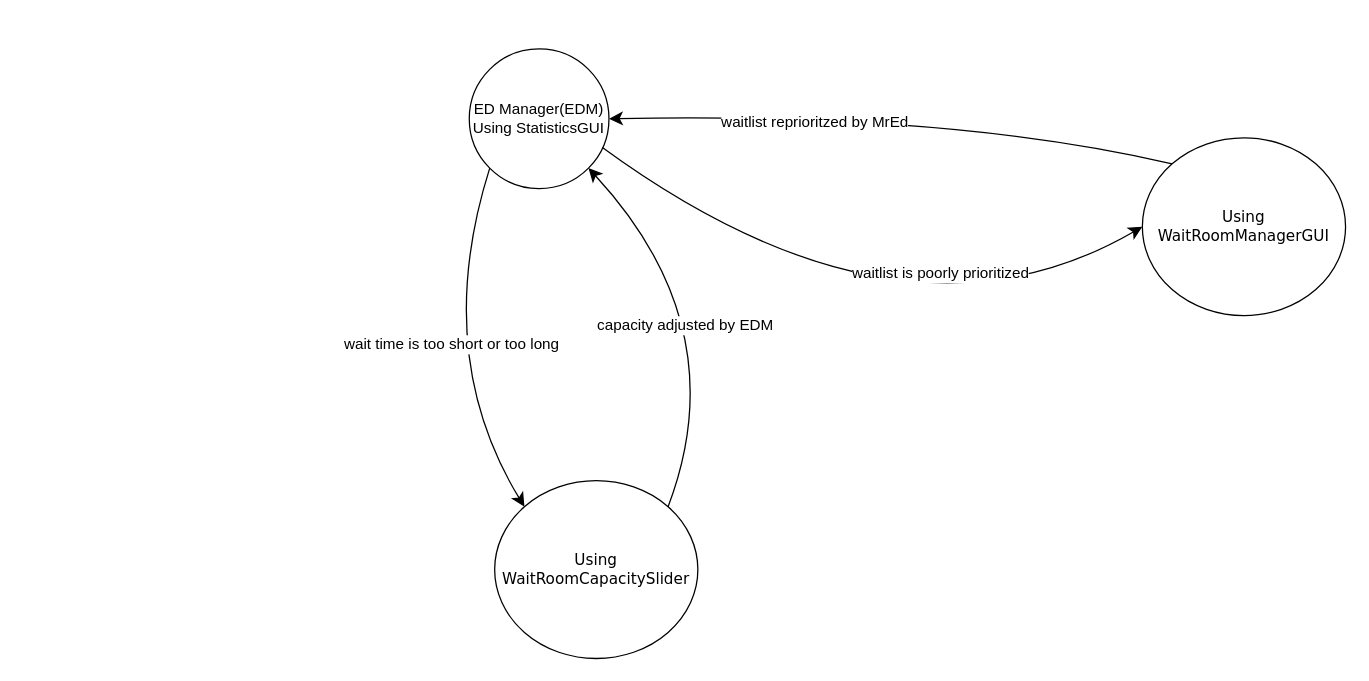
The draw.io diagram EliorWork/drawios/ED_Manager_SMD.drawio in SENG-350-2024-fall/Team9, before the edit. Source tidied: cells renumbered, new cells numbered last; positions are measured from the earlier drawing's top-left corner, leaving out a move shared by most shapes. Both pictures are drawn from the tidied source at 127%, with x=0, y=0 at pixel (431, 48).
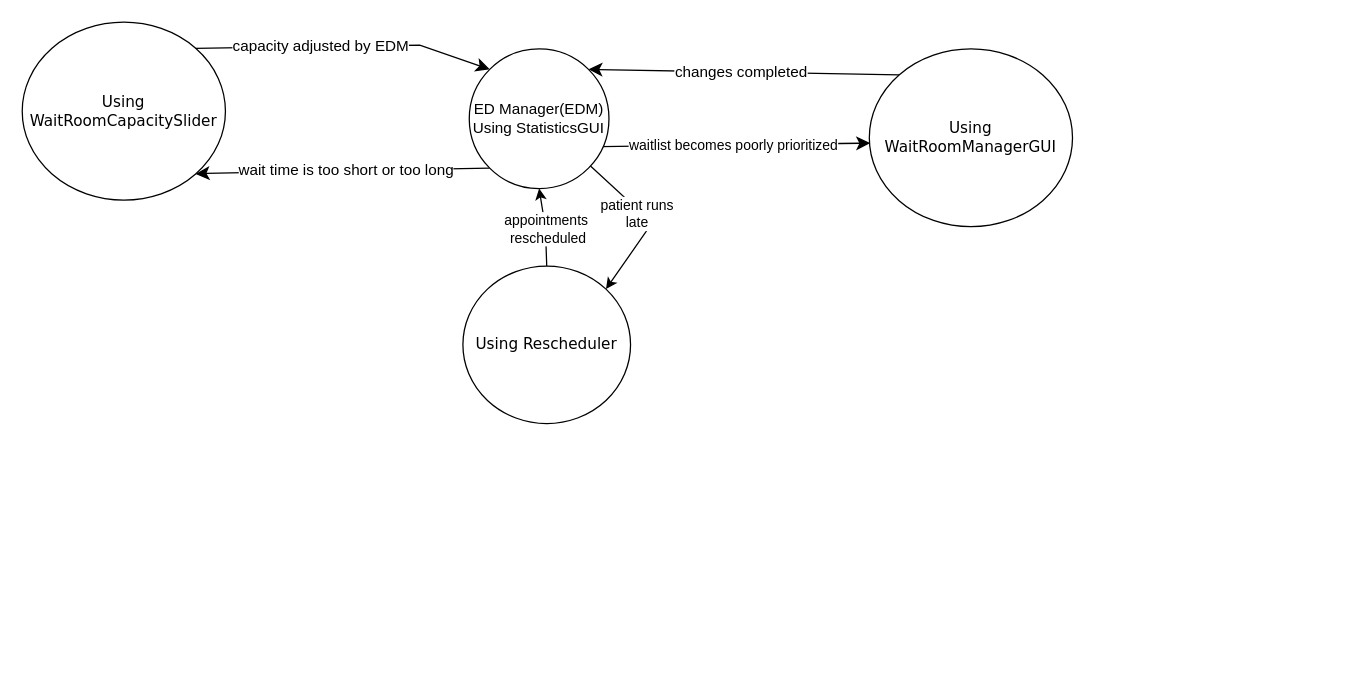
The same diagram, later.

Unchanged cells that the change refers to:
```xml
<mxCell id="12" value="ED Manager(EDM) Using StatisticsGUI" style="ellipse;whiteSpace=wrap;html=1;" parent="1" vertex="1">
  <mxGeometry x="30" width="110" height="110" as="geometry" />
</mxCell>
```

Change to the diagram source:
```diff
@@
-    <mxCell id="2" style="edgeStyle=none;curved=1;rounded=0;jettySize=auto;html=1;exitX=0;exitY=0;exitDx=0;exitDy=0;entryX=1;entryY=0.5;entryDx=0;entryDy=0;fontSize=12;startSize=8;endSize=8;" parent="1" edge="1" source="4" target="12">
-      <mxGeometry relative="1" as="geometry">
-        <Array as="points">
-          <mxPoint x="410" y="50" />
-        </Array>
-      </mxGeometry>
+    <mxCell id="2" style="rounded=0;jettySize=auto;html=1;exitX=0;exitY=0;exitDx=0;exitDy=0;entryX=1;entryY=0;entryDx=0;entryDy=0;fontSize=12;startSize=8;endSize=8;" parent="1" edge="1" source="4" target="12">
+      <mxGeometry relative="1" as="geometry" />
     </mxCell>
-    <mxCell id="3" value="waitlist reprioritzed by MrEd" style="edgeLabel;html=1;align=center;verticalAlign=middle;fontSize=12;" parent="2" vertex="1">
+    <mxCell id="3" value="changes completed" style="edgeLabel;html=1;align=center;verticalAlign=middle;fontSize=12;" parent="2" vertex="1">
       <mxGeometry x="0.14" y="21" relative="1" as="geometry">
-        <mxPoint x="-32" y="-15" as="offset" />
+        <mxPoint x="14" y="-21" as="offset" />
       </mxGeometry>
     </mxCell>
     <mxCell id="4" value="Using WaitRoomManagerGUI" style="rounded=1;whiteSpace=wrap;html=1;arcSize=24;shadow=0;comic=0;labelBackgroundColor=none;fontFamily=Verdana;fontSize=12;align=center;shape=ellipse;perimeter=ellipsePerimeter;" parent="1" vertex="1">
-      <mxGeometry x="560" y="70" width="160" height="140" as="geometry" />
+      <mxGeometry x="345" width="160" height="140" as="geometry" />
     </mxCell>
     <mxCell id="5" value="Using WaitRoom&lt;span style=&quot;background-color: initial;&quot;&gt;CapacitySlider&lt;/span&gt;" style="rounded=1;whiteSpace=wrap;html=1;arcSize=24;shadow=0;comic=0;labelBackgroundColor=none;fontFamily=Verdana;fontSize=12;align=center;shape=ellipse;perimeter=ellipsePerimeter;" parent="1" vertex="1">
-      <mxGeometry x="50" y="340" width="160" height="140" as="geometry" />
+      <mxGeometry x="-322" y="-21" width="160" height="140" as="geometry" />
     </mxCell>
-    <mxCell id="6" style="edgeStyle=none;jettySize=auto;html=1;rounded=0;fontSize=12;startSize=8;endSize=8;curved=1;exitX=0.943;exitY=0.699;exitDx=0;exitDy=0;entryX=0;entryY=0.5;entryDx=0;entryDy=0;exitPerimeter=0;" parent="1" edge="1" source="12" target="4">
-      <mxGeometry relative="1" as="geometry">
-        <Array as="points">
-          <mxPoint x="370" y="250" />
-        </Array>
-      </mxGeometry>
+    <mxCell id="6" style="jettySize=auto;html=1;rounded=0;fontSize=12;startSize=8;endSize=8;exitX=0.943;exitY=0.699;exitDx=0;exitDy=0;entryX=0.004;entryY=0.53;entryDx=0;entryDy=0;exitPerimeter=0;entryPerimeter=0;" parent="1" edge="1" source="12" target="4">
+      <mxGeometry relative="1" as="geometry" />
     </mxCell>
-    <mxCell id="7" value="&lt;span style=&quot;font-size: 12px;&quot;&gt;waitlist is poorly prioritized&lt;/span&gt;" style="edgeLabel;html=1;align=center;verticalAlign=middle;" parent="6" vertex="1">
-      <mxGeometry x="0.28" y="54" relative="1" as="geometry">
-        <mxPoint x="27" y="-9" as="offset" />
-      </mxGeometry>
-    </mxCell>
+    <mxCell id="13" value="waitlist becomes poorly prioritized" style="edgeLabel;html=1;align=center;verticalAlign=middle;" parent="6" vertex="1">
+      <mxGeometry x="-0.15" relative="1" as="geometry">
+        <mxPoint x="14" as="offset" />
+      </mxGeometry>
+    </mxCell>
-    <mxCell id="8" style="edgeStyle=none;jettySize=auto;html=1;rounded=0;fontSize=12;startSize=8;endSize=8;curved=1;exitX=0;exitY=1;exitDx=0;exitDy=0;entryX=0;entryY=0;entryDx=0;entryDy=0;" parent="1" edge="1" source="12" target="5">
+    <mxCell id="8" style="jettySize=auto;html=1;rounded=0;fontSize=12;startSize=8;endSize=8;exitX=0;exitY=1;exitDx=0;exitDy=0;entryX=1;entryY=1;entryDx=0;entryDy=0;" parent="1" edge="1" source="12" target="5">
       <mxGeometry relative="1" as="geometry">
         <Array as="points">
-          <mxPoint y="240" />
+          <mxPoint x="-177" y="98" />
         </Array>
       </mxGeometry>
     </mxCell>
-    <mxCell id="9" value="wait time is too short or too long" style="edgeLabel;html=1;align=center;verticalAlign=middle;fontSize=12;" parent="8" vertex="1">
-      <mxGeometry x="-0.04" y="12" relative="1" as="geometry">
-        <mxPoint y="1" as="offset" />
+    <mxCell id="9" value="&lt;span style=&quot;font-size: 12px;&quot;&gt;wait time is too short or too long&lt;/span&gt;" style="edgeLabel;html=1;align=center;verticalAlign=middle;" parent="8" vertex="1">
+      <mxGeometry x="0.21" y="-1" relative="1" as="geometry">
+        <mxPoint x="26" as="offset" />
       </mxGeometry>
     </mxCell>
-    <mxCell id="10" style="edgeStyle=none;jettySize=auto;html=1;rounded=0;fontSize=12;startSize=8;endSize=8;curved=1;exitX=1;exitY=0;exitDx=0;exitDy=0;entryX=1;entryY=1;entryDx=0;entryDy=0;" parent="1" edge="1" source="5" target="12">
+    <mxCell id="10" style="jettySize=auto;html=1;rounded=0;fontSize=12;startSize=8;endSize=8;exitX=1;exitY=0;exitDx=0;exitDy=0;entryX=0;entryY=0;entryDx=0;entryDy=0;" parent="1" edge="1" source="5" target="12">
       <mxGeometry relative="1" as="geometry">
         <Array as="points">
-          <mxPoint x="240" y="220" />
+          <mxPoint x="-9" y="-3" />
         </Array>
       </mxGeometry>
     </mxCell>
-    <mxCell id="11" value="capacity adjusted by EDM" style="edgeLabel;html=1;align=center;verticalAlign=middle;fontSize=12;" parent="10" vertex="1">
-      <mxGeometry x="0.12" y="28" relative="1" as="geometry" />
+    <mxCell id="11" value="&lt;span style=&quot;font-size: 12px;&quot;&gt;capacity adjusted by EDM&lt;/span&gt;" style="edgeLabel;html=1;align=center;verticalAlign=middle;" parent="10" vertex="1">
+      <mxGeometry x="-0.21" y="2" relative="1" as="geometry">
+        <mxPoint x="5" y="1" as="offset" />
+      </mxGeometry>
     </mxCell>
+    <mxCell id="14" style="rounded=0;jettySize=auto;html=1;entryX=1;entryY=0;entryDx=0;entryDy=0;" parent="1" edge="1" source="12" target="18">
+      <mxGeometry relative="1" as="geometry">
+        <Array as="points">
+          <mxPoint x="174" y="137" />
+        </Array>
+      </mxGeometry>
+    </mxCell>
+    <mxCell id="15" value="patient runs&lt;div&gt;late&lt;/div&gt;" style="edgeLabel;html=1;align=center;verticalAlign=middle;" parent="14" vertex="1">
+      <mxGeometry x="-0.2" y="-3" relative="1" as="geometry" />
+    </mxCell>
@@
+    <mxCell id="16" style="rounded=0;jettySize=auto;html=1;entryX=0.5;entryY=1;entryDx=0;entryDy=0;exitX=0.5;exitY=0;exitDx=0;exitDy=0;" parent="1" edge="1" source="18" target="12">
+      <mxGeometry relative="1" as="geometry">
+        <Array as="points">
+          <mxPoint x="90" y="141" />
+        </Array>
+      </mxGeometry>
+    </mxCell>
+    <mxCell id="17" value="appointments&amp;nbsp;&lt;div&gt;rescheduled&lt;/div&gt;" style="edgeLabel;html=1;align=center;verticalAlign=middle;" parent="16" vertex="1">
+      <mxGeometry x="-0.21" y="1" relative="1" as="geometry">
+        <mxPoint x="2" y="-6" as="offset" />
+      </mxGeometry>
+    </mxCell>
+    <mxCell id="18" value="Using Rescheduler" style="rounded=1;whiteSpace=wrap;html=1;arcSize=24;shadow=0;comic=0;labelBackgroundColor=none;fontFamily=Verdana;fontSize=12;align=center;shape=ellipse;perimeter=ellipsePerimeter;" parent="1" vertex="1">
+      <mxGeometry x="25" y="171" width="132" height="124" as="geometry" />
+    </mxCell>
```
